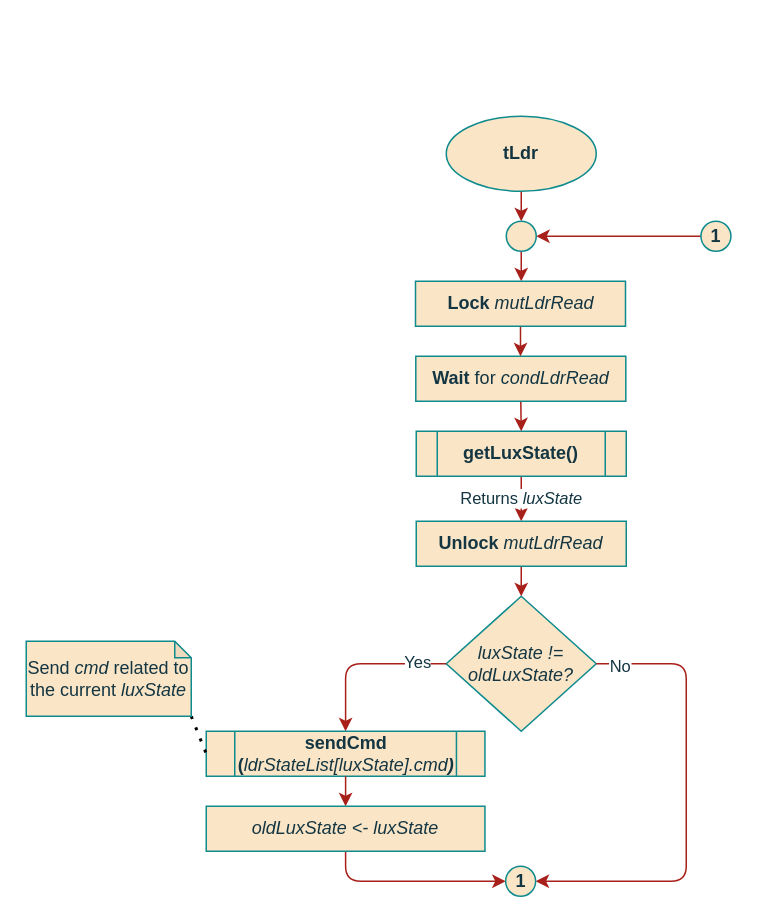
This is page "tReadLdr" (6 of 9) of documentation/flowcharts/LS/LSThreads.drawio from ESRGgroup9/slipad, a draw.io file, before an edit. Source tidied: cells renumbered, new cells numbered last; positions are measured from the earlier drawing's top-left corner, leaving out a move shared by most shapes. Both pictures are drawn from the tidied source at 150%, with x=0, y=0 at pixel (26, 116).
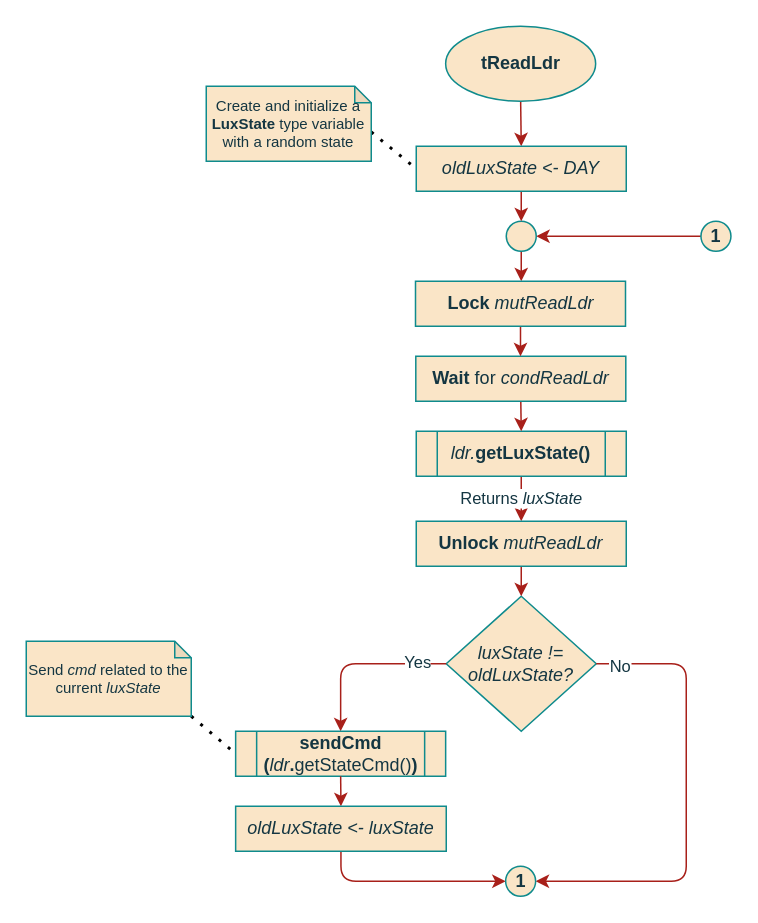
Above is the later version.

The change refers to these unchanged cells:
```xml
<mxCell id="20" style="ellipse;whiteSpace=wrap;html=1;fontFamily=Helvetica;fillColor=#FAE5C7;strokeColor=#0F8B8D;fontColor=#143642;fontStyle=1;" parent="1" vertex="1">
  <mxGeometry x="320" y="70" width="20" height="20" as="geometry" />
</mxCell>
```

What changed in the source:
```diff
@@
-    <mxCell id="3" style="edgeStyle=orthogonalEdgeStyle;curved=0;rounded=1;sketch=0;jettySize=auto;html=1;exitX=0.5;exitY=1;exitDx=0;exitDy=0;entryX=0.5;entryY=0;entryDx=0;entryDy=0;fontColor=#143642;strokeColor=#A8201A;fillColor=#FAE5C7;" parent="1" edge="1" source="4" target="20">
+    <mxCell id="3" style="edgeStyle=orthogonalEdgeStyle;curved=0;rounded=1;sketch=0;jettySize=auto;html=1;exitX=0.5;exitY=1;exitDx=0;exitDy=0;entryX=0.5;entryY=0;entryDx=0;entryDy=0;fontColor=#143642;strokeColor=#A8201A;fillColor=#FAE5C7;" parent="1" edge="1" source="4" target="29">
       <mxGeometry relative="1" as="geometry" />
     </mxCell>
-    <mxCell id="4" value="tLdr" style="ellipse;whiteSpace=wrap;html=1;fontFamily=Helvetica;fillColor=#FAE5C7;strokeColor=#0F8B8D;fontColor=#143642;fontStyle=1;" parent="1" vertex="1">
-      <mxGeometry x="280" width="100" height="50" as="geometry" />
+    <mxCell id="4" value="tReadLdr" style="ellipse;whiteSpace=wrap;html=1;fontFamily=Helvetica;fillColor=#FAE5C7;strokeColor=#0F8B8D;fontColor=#143642;fontStyle=1;" parent="1" vertex="1">
+      <mxGeometry x="279.6" y="-60" width="100" height="50" as="geometry" />
     </mxCell>
@@
-    <mxCell id="12" value="&lt;div&gt;sendCmd&lt;/div&gt;&lt;div&gt;(&lt;span style=&quot;font-weight: normal&quot;&gt;&lt;i&gt;ldrStateList[luxState].cmd&lt;b&gt;)&lt;/b&gt;&lt;/i&gt;&lt;/span&gt;&lt;/div&gt;" style="shape=process;whiteSpace=wrap;html=1;backgroundOutline=1;rounded=0;sketch=0;fontColor=#143642;strokeColor=#0F8B8D;fillColor=#FAE5C7;fontStyle=1;" parent="1" vertex="1">
-      <mxGeometry x="120" y="410" width="185.8" height="30" as="geometry" />
+    <mxCell id="12" value="&lt;div&gt;sendCmd&lt;/div&gt;&lt;div&gt;(&lt;span style=&quot;font-weight: normal&quot;&gt;&lt;i&gt;ldr&lt;/i&gt;&lt;/span&gt;.&lt;span style=&quot;font-weight: normal&quot;&gt;getStateCmd()&lt;b&gt;)&lt;/b&gt;&lt;/span&gt;&lt;/div&gt;" style="shape=process;whiteSpace=wrap;html=1;backgroundOutline=1;rounded=0;sketch=0;fontColor=#143642;strokeColor=#0F8B8D;fillColor=#FAE5C7;fontStyle=1;" parent="1" vertex="1">
+      <mxGeometry x="139.6" y="410" width="140" height="30" as="geometry" />
     </mxCell>
@@
     <mxCell id="14" value="&lt;i&gt;oldLuxState &amp;lt;- luxState&lt;/i&gt;" style="rounded=0;whiteSpace=wrap;html=1;sketch=0;fontColor=#143642;strokeColor=#0F8B8D;fillColor=#FAE5C7;fontFamily=Helvetica;" parent="1" vertex="1">
-      <mxGeometry x="120" y="460" width="185.8" height="30" as="geometry" />
+      <mxGeometry x="139.6" y="460" width="140.4" height="30" as="geometry" />
     </mxCell>
@@
-    <mxCell id="17" value="Send &lt;i&gt;cmd &lt;/i&gt;related to the current &lt;i&gt;luxState&lt;/i&gt;" style="shape=note;whiteSpace=wrap;html=1;backgroundOutline=1;darkOpacity=0.05;rounded=0;sketch=0;fontColor=#143642;strokeColor=#0F8B8D;fillColor=#FAE5C7;size=11;" parent="1" vertex="1">
+    <mxCell id="17" value="Send &lt;i style=&quot;font-size: 10px;&quot;&gt;cmd &lt;/i&gt;related to the current &lt;i style=&quot;font-size: 10px;&quot;&gt;luxState&lt;/i&gt;" style="shape=note;whiteSpace=wrap;html=1;backgroundOutline=1;darkOpacity=0.05;rounded=0;sketch=0;fontColor=#143642;strokeColor=#0F8B8D;fillColor=#FAE5C7;size=11;fontSize=10;" parent="1" vertex="1">
       <mxGeometry y="350" width="110" height="50" as="geometry" />
     </mxCell>
@@
-    <mxCell id="21" value="getLuxState()" style="shape=process;whiteSpace=wrap;html=1;backgroundOutline=1;rounded=0;sketch=0;fontColor=#143642;strokeColor=#0F8B8D;fillColor=#FAE5C7;fontStyle=1;" parent="1" vertex="1">
+    <mxCell id="21" value="&lt;span style=&quot;font-weight: normal&quot;&gt;&lt;i&gt;ldr.&lt;/i&gt;&lt;/span&gt;getLuxState()" style="shape=process;whiteSpace=wrap;html=1;backgroundOutline=1;rounded=0;sketch=0;fontColor=#143642;strokeColor=#0F8B8D;fillColor=#FAE5C7;fontStyle=1;" parent="1" vertex="1">
       <mxGeometry x="260" y="210" width="140" height="30" as="geometry" />
     </mxCell>
@@
-    <mxCell id="23" value="&lt;b&gt;Wait&lt;/b&gt; for &lt;i&gt;condLdrRead&lt;/i&gt;" style="rounded=0;whiteSpace=wrap;html=1;sketch=0;fontColor=#143642;strokeColor=#0F8B8D;fillColor=#FAE5C7;fontFamily=Helvetica;" parent="1" vertex="1">
+    <mxCell id="23" value="&lt;b&gt;Wait&lt;/b&gt; for &lt;i&gt;condReadLdr&lt;/i&gt;" style="rounded=0;whiteSpace=wrap;html=1;sketch=0;fontColor=#143642;strokeColor=#0F8B8D;fillColor=#FAE5C7;fontFamily=Helvetica;" parent="1" vertex="1">
       <mxGeometry x="259.7" y="160" width="140" height="30" as="geometry" />
     </mxCell>
@@
-    <mxCell id="25" value="&lt;b&gt;Lock&lt;/b&gt; &lt;i&gt;mutLdrRead&lt;/i&gt;" style="rounded=0;whiteSpace=wrap;html=1;sketch=0;fontColor=#143642;strokeColor=#0F8B8D;fillColor=#FAE5C7;fontFamily=Helvetica;" parent="1" vertex="1">
+    <mxCell id="25" value="&lt;b&gt;Lock&lt;/b&gt; &lt;i&gt;mutReadLdr&lt;/i&gt;" style="rounded=0;whiteSpace=wrap;html=1;sketch=0;fontColor=#143642;strokeColor=#0F8B8D;fillColor=#FAE5C7;fontFamily=Helvetica;" parent="1" vertex="1">
       <mxGeometry x="259.5" y="110" width="140" height="30" as="geometry" />
     </mxCell>
@@
-    <mxCell id="27" value="&lt;b&gt;Unlock&lt;/b&gt; &lt;i&gt;mutLdrRead&lt;/i&gt;" style="rounded=0;whiteSpace=wrap;html=1;sketch=0;fontColor=#143642;strokeColor=#0F8B8D;fillColor=#FAE5C7;fontFamily=Helvetica;" parent="1" vertex="1">
+    <mxCell id="27" value="&lt;b&gt;Unlock&lt;/b&gt; &lt;i&gt;mutReadLdr&lt;/i&gt;" style="rounded=0;whiteSpace=wrap;html=1;sketch=0;fontColor=#143642;strokeColor=#0F8B8D;fillColor=#FAE5C7;fontFamily=Helvetica;" parent="1" vertex="1">
       <mxGeometry x="260" y="270" width="140" height="30" as="geometry" />
     </mxCell>
+    <mxCell id="28" style="edgeStyle=orthogonalEdgeStyle;curved=0;rounded=1;sketch=0;jettySize=auto;html=1;exitX=0.5;exitY=1;exitDx=0;exitDy=0;entryX=0.5;entryY=0;entryDx=0;entryDy=0;fontSize=10;fontColor=#143642;strokeColor=#A8201A;fillColor=#FAE5C7;" parent="1" edge="1" source="29" target="20">
+      <mxGeometry relative="1" as="geometry" />
+    </mxCell>
+    <mxCell id="29" value="&lt;i&gt;oldLuxState &amp;lt;- DAY&lt;br&gt;&lt;/i&gt;" style="rounded=0;whiteSpace=wrap;html=1;sketch=0;fontColor=#143642;strokeColor=#0F8B8D;fillColor=#FAE5C7;fontFamily=Helvetica;" parent="1" vertex="1">
+      <mxGeometry x="260" y="20" width="140" height="30" as="geometry" />
+    </mxCell>
+    <mxCell id="30" style="endArrow=none;dashed=1;html=1;dashPattern=1 3;strokeWidth=2;rounded=1;sketch=0;fontColor=#143642;fillColor=#FAE5C7;curved=0;entryX=0;entryY=0.5;entryDx=0;entryDy=0;exitX=0;exitY=0;exitDx=110;exitDy=30.5;exitPerimeter=0;" parent="1" edge="1" source="31" target="29">
+      <mxGeometry relative="1" as="geometry" />
+    </mxCell>
+    <mxCell id="31" value="Create and initialize a &lt;b&gt;LuxState &lt;/b&gt;type variable with a random state " style="shape=note;whiteSpace=wrap;html=1;backgroundOutline=1;darkOpacity=0.05;rounded=0;sketch=0;fontColor=#143642;strokeColor=#0F8B8D;fillColor=#FAE5C7;size=11;fontSize=10;" parent="1" vertex="1">
+      <mxGeometry x="120" y="-20" width="110" height="50" as="geometry" />
+    </mxCell>
```
